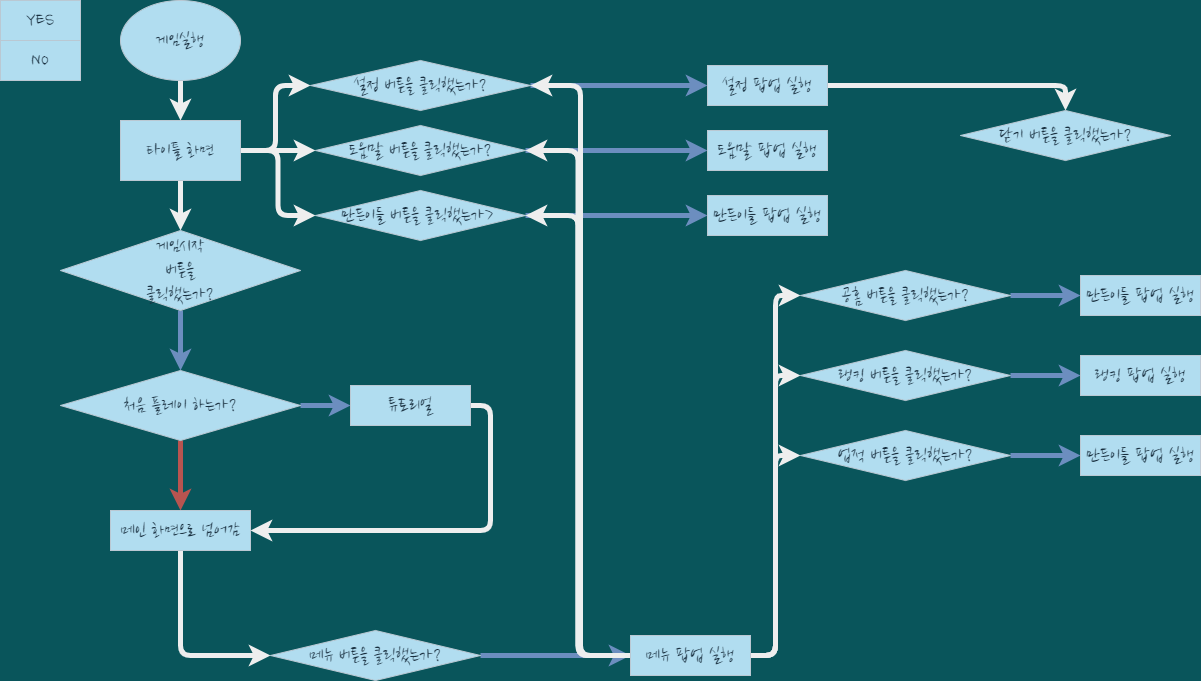
Earlier version of the draw.io export gameplay_flowchat.drawio.png (kinesis19/stac_project_SME). Source tidied: cells renumbered, new cells last; positions are measured from the earlier drawing's top-left corner, leaving out a move shared by most shapes.
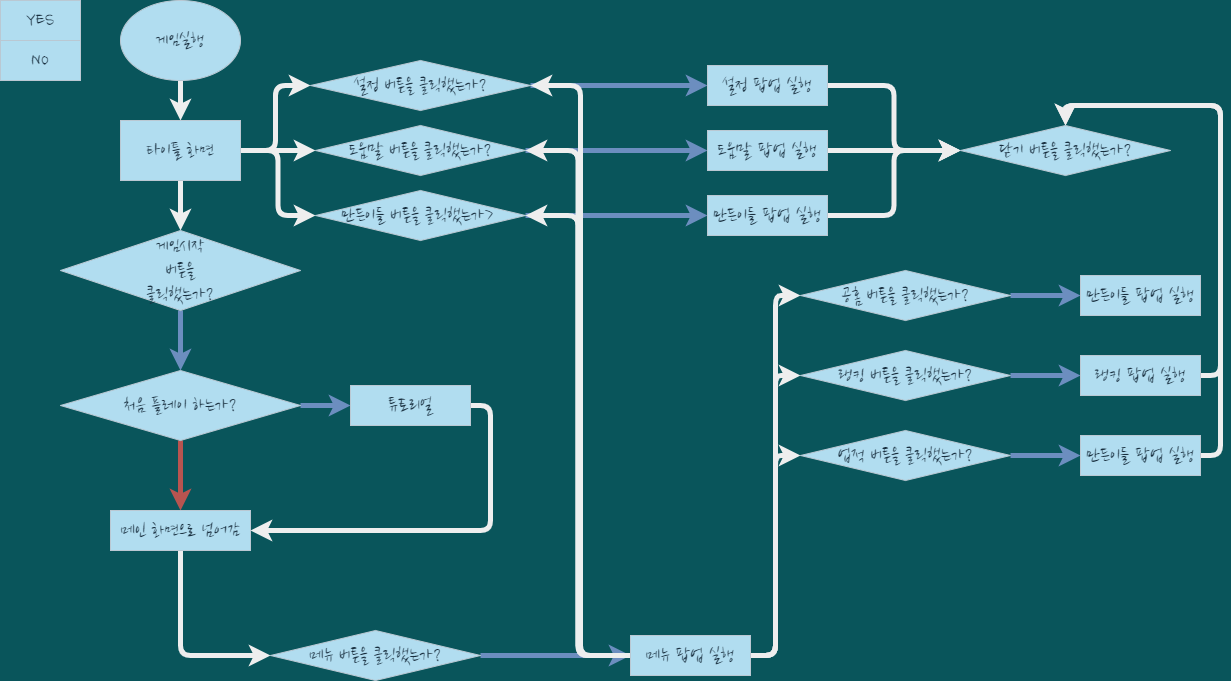
Above is the later version.

Diff of the diagram source:
```diff
@@ -53,15 +53,21 @@
     <mxCell id="18" value="만든이들 버튼을 클릭했는가&amp;gt;&amp;nbsp;" style="rhombus;whiteSpace=wrap;html=1;rounded=0;sketch=0;fontFamily=Nanum Brush Script;fontSource=https%3A%2F%2Ffonts.googleapis.com%2Fcss%3Ffamily%3DNanum%2BBrush%2BScript;fontSize=20;fillColor=#B1DDF0;strokeColor=#BAC8D3;fontColor=#182E3E;" parent="1" vertex="1">
       <mxGeometry x="315" y="190" width="210" height="50" as="geometry" />
     </mxCell>
-    <mxCell id="19" style="edgeStyle=orthogonalEdgeStyle;curved=0;rounded=1;sketch=0;jettySize=auto;html=1;exitX=1;exitY=0.5;exitDx=0;exitDy=0;fontColor=#FFFFFF;strokeColor=#EEEEEE;strokeWidth=5;" parent="1" edge="1" source="20" target="48">
+    <mxCell id="19" style="edgeStyle=orthogonalEdgeStyle;curved=0;rounded=1;sketch=0;jettySize=auto;html=1;exitX=1;exitY=0.5;exitDx=0;exitDy=0;entryX=0;entryY=0.5;entryDx=0;entryDy=0;fontColor=#FFFFFF;strokeColor=#EEEEEE;strokeWidth=5;" parent="1" edge="1" source="20" target="48">
       <mxGeometry relative="1" as="geometry" />
     </mxCell>
     <mxCell id="20" value="설정 팝업 실행" style="rounded=0;whiteSpace=wrap;html=1;sketch=0;fontFamily=Nanum Brush Script;fontSource=https%3A%2F%2Ffonts.googleapis.com%2Fcss%3Ffamily%3DNanum%2BBrush%2BScript;fontSize=20;fillColor=#B1DDF0;strokeColor=#BAC8D3;fontColor=#182E3E;" parent="1" vertex="1">
       <mxGeometry x="707" y="65" width="120" height="40" as="geometry" />
     </mxCell>
+    <mxCell id="49" style="edgeStyle=orthogonalEdgeStyle;curved=0;rounded=1;sketch=0;jettySize=auto;html=1;exitX=1;exitY=0.5;exitDx=0;exitDy=0;fontColor=#FFFFFF;strokeColor=#EEEEEE;strokeWidth=5;" parent="1" edge="1" source="21" target="48">
+      <mxGeometry relative="1" as="geometry" />
+    </mxCell>
     <mxCell id="21" value="도움말 팝업 실행" style="rounded=0;whiteSpace=wrap;html=1;sketch=0;fontFamily=Nanum Brush Script;fontSource=https%3A%2F%2Ffonts.googleapis.com%2Fcss%3Ffamily%3DNanum%2BBrush%2BScript;fontSize=20;fillColor=#B1DDF0;strokeColor=#BAC8D3;fontColor=#182E3E;" parent="1" vertex="1">
       <mxGeometry x="707" y="130" width="120" height="40" as="geometry" />
     </mxCell>
+    <mxCell id="50" style="edgeStyle=orthogonalEdgeStyle;curved=0;rounded=1;sketch=0;jettySize=auto;html=1;entryX=0;entryY=0.5;entryDx=0;entryDy=0;fontColor=#FFFFFF;strokeColor=#EEEEEE;strokeWidth=5;" parent="1" edge="1" source="22" target="48">
+      <mxGeometry relative="1" as="geometry" />
+    </mxCell>
     <mxCell id="22" value="만든이들 팝업 실행" style="rounded=0;whiteSpace=wrap;html=1;sketch=0;fontFamily=Nanum Brush Script;fontSource=https%3A%2F%2Ffonts.googleapis.com%2Fcss%3Ffamily%3DNanum%2BBrush%2BScript;fontSize=20;fillColor=#B1DDF0;strokeColor=#BAC8D3;fontColor=#182E3E;" parent="1" vertex="1">
       <mxGeometry x="707" y="195" width="120" height="40" as="geometry" />
     </mxCell>
@@ -135,6 +141,9 @@
         <mxPoint x="1010" y="375" as="sourcePoint" />
       </mxGeometry>
     </mxCell>
+    <mxCell id="51" style="edgeStyle=orthogonalEdgeStyle;curved=0;rounded=1;sketch=0;jettySize=auto;html=1;exitX=1;exitY=0.5;exitDx=0;exitDy=0;entryX=0.5;entryY=0;entryDx=0;entryDy=0;fontColor=#FFFFFF;strokeColor=#EEEEEE;strokeWidth=5;" parent="1" edge="1" source="45" target="48">
+      <mxGeometry relative="1" as="geometry" />
+    </mxCell>
     <mxCell id="45" value="랭킹 팝업 실행" style="rounded=0;whiteSpace=wrap;html=1;sketch=0;fontFamily=Nanum Brush Script;fontSource=https%3A%2F%2Ffonts.googleapis.com%2Fcss%3Ffamily%3DNanum%2BBrush%2BScript;fontSize=20;fillColor=#B1DDF0;strokeColor=#BAC8D3;fontColor=#182E3E;" parent="1" vertex="1">
       <mxGeometry x="1080" y="355" width="120" height="40" as="geometry" />
     </mxCell>
@@ -143,11 +152,14 @@
         <mxPoint x="1010" y="455" as="sourcePoint" />
       </mxGeometry>
     </mxCell>
+    <mxCell id="52" style="edgeStyle=orthogonalEdgeStyle;curved=0;rounded=1;sketch=0;jettySize=auto;html=1;exitX=1;exitY=0.5;exitDx=0;exitDy=0;entryX=0.5;entryY=0;entryDx=0;entryDy=0;fontColor=#FFFFFF;strokeColor=#EEEEEE;strokeWidth=5;" parent="1" edge="1" source="47" target="48">
+      <mxGeometry relative="1" as="geometry" />
+    </mxCell>
     <mxCell id="47" value="만든이들 팝업 실행" style="rounded=0;whiteSpace=wrap;html=1;sketch=0;fontFamily=Nanum Brush Script;fontSource=https%3A%2F%2Ffonts.googleapis.com%2Fcss%3Ffamily%3DNanum%2BBrush%2BScript;fontSize=20;fillColor=#B1DDF0;strokeColor=#BAC8D3;fontColor=#182E3E;" parent="1" vertex="1">
       <mxGeometry x="1080" y="435" width="120" height="40" as="geometry" />
     </mxCell>
     <mxCell id="48" value="닫기 버튼을 클릭했는가?" style="rhombus;whiteSpace=wrap;html=1;rounded=0;sketch=0;fontFamily=Nanum Brush Script;fontSource=https%3A%2F%2Ffonts.googleapis.com%2Fcss%3Ffamily%3DNanum%2BBrush%2BScript;fontSize=20;fillColor=#B1DDF0;strokeColor=#BAC8D3;fontColor=#182E3E;" parent="1" vertex="1">
-      <mxGeometry x="960" y="110" width="210" height="50" as="geometry" />
+      <mxGeometry x="960" y="125" width="210" height="50" as="geometry" />
     </mxCell>
   </root>
 </mxGraphModel>
```
